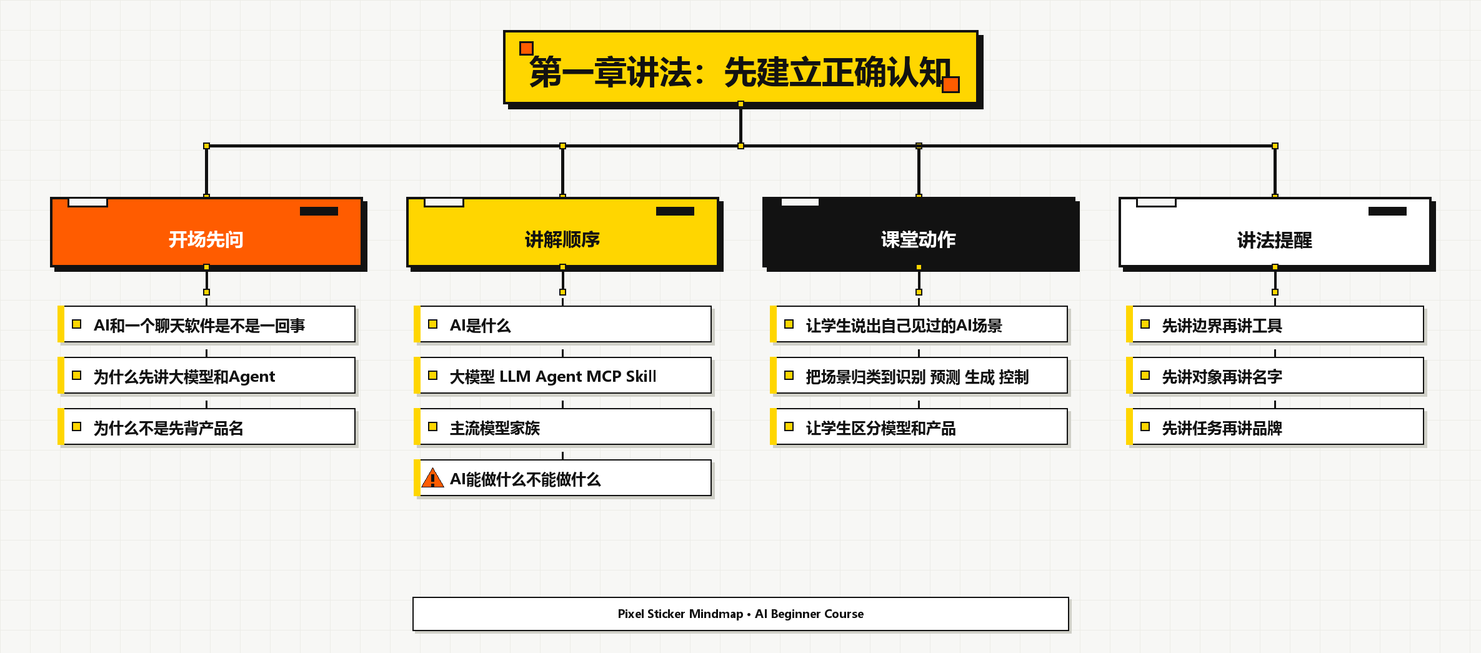
Earlier version of the Mermaid export chapter-01-teaching-mindmap.png (locooooooooo/ai-beginner-course). Its source is kept beside it as chapter-01-teaching-mindmap.mmd.
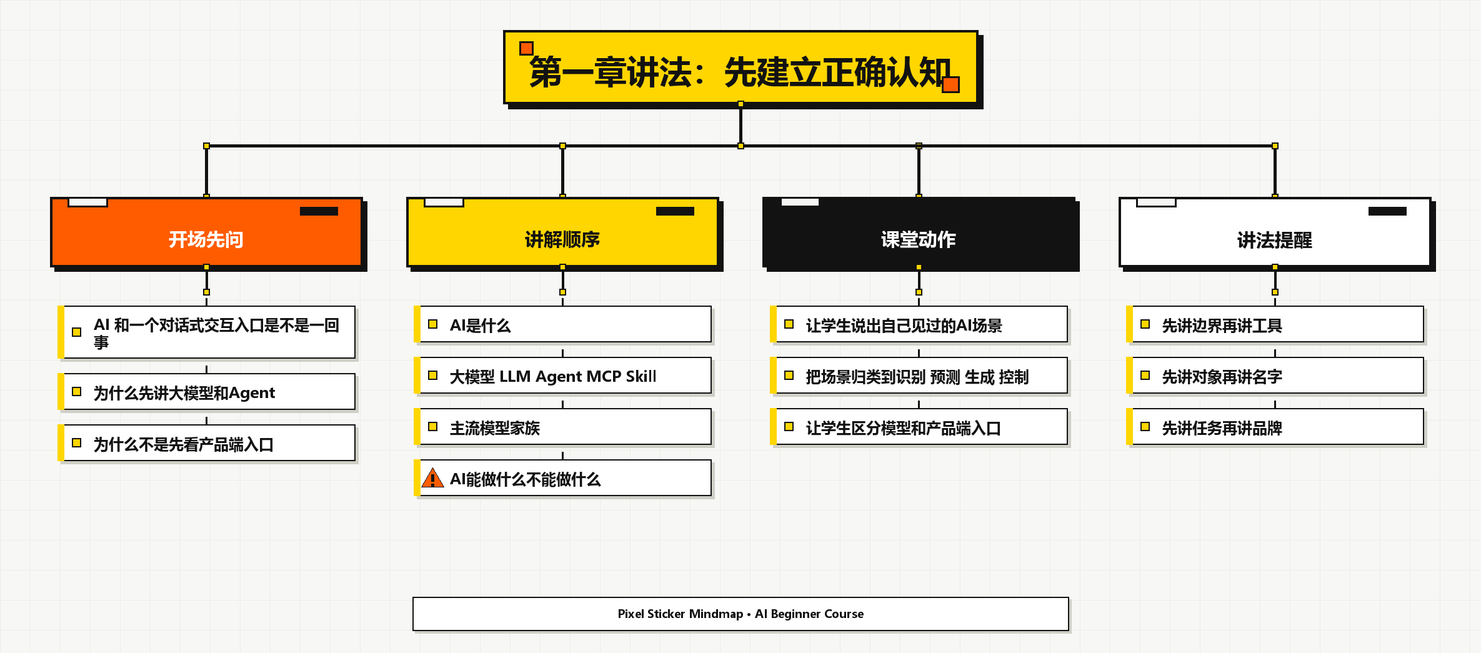
The same diagram one commit later.

Diff of the diagram source:
```diff
@@ -1,9 +1,9 @@
 mindmap
   root((第一章讲法：先建立正确认知))
     开场先问
-      AI和一个聊天软件是不是一回事
+      AI 和一个对话式交互入口是不是一回事
       为什么先讲大模型和Agent
-      为什么不是先背产品名
+      为什么不是先看产品端入口
     讲解顺序
       AI是什么
       大模型 LLM Agent MCP Skill
@@ -12,7 +12,7 @@
     课堂动作
       让学生说出自己见过的AI场景
       把场景归类到识别 预测 生成 控制
-      让学生区分模型和产品
+      让学生区分模型和产品端入口
     讲法提醒
       先讲边界再讲工具
       先讲对象再讲名字
```
